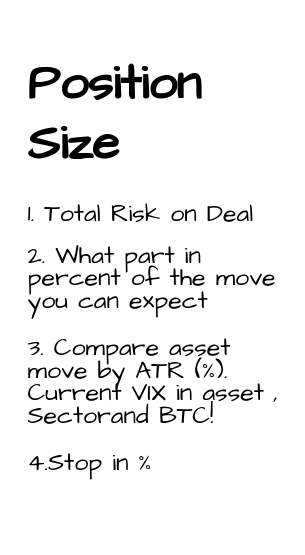
This is page "Pos Size" (6 of 9) of structure.drawio from Kupavtsev/markets_data_handler, a draw.io file, before an edit. Source tidied: cells renumbered, new cells numbered last; positions are measured from the earlier drawing's top-left corner, leaving out a move shared by most shapes. Both pictures are drawn from the tidied source at 125%, with x=0, y=0 at pixel (21, 34).
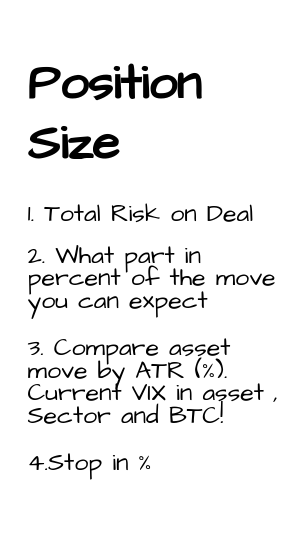
The same diagram, later.

What changed in the source:
```diff
@@
 <mxGraphModel>
   <root>
     <mxCell id="0" />
     <mxCell id="1" parent="0" />
-    <mxCell id="2" value="&lt;h1&gt;Position Size&lt;/h1&gt;&lt;p style=&quot;line-height: 40%;&quot;&gt;1. Total Risk on Deal&lt;/p&gt;&lt;p style=&quot;line-height: 90%;&quot;&gt;2. What part in percent of the move you can expect&lt;/p&gt;&lt;p style=&quot;line-height: 90%;&quot;&gt;3. Compare asset move by ATR (%). Current VIX in asset , Sectorand BTC!&lt;/p&gt;&lt;p style=&quot;line-height: 90%;&quot;&gt;4.Stop in %&lt;/p&gt;" style="text;html=1;strokeColor=none;fillColor=none;spacing=5;spacingTop=-20;whiteSpace=wrap;overflow=hidden;rounded=0;fontSize=20;fontFamily=Architects Daughter;" parent="1" vertex="1">
+    <mxCell id="2" value="&lt;h1&gt;Position Size&lt;/h1&gt;&lt;p style=&quot;line-height: 40%;&quot;&gt;1. Total Risk on Deal&lt;/p&gt;&lt;p style=&quot;line-height: 90%;&quot;&gt;2. What part in percent of the move you can expect&lt;/p&gt;&lt;p style=&quot;line-height: 90%;&quot;&gt;3. Compare asset move by ATR (%). Current VIX in asset , Sector and BTC!&lt;/p&gt;&lt;p style=&quot;line-height: 90%;&quot;&gt;4.Stop in %&lt;/p&gt;" style="text;html=1;strokeColor=none;fillColor=none;spacing=5;spacingTop=-20;whiteSpace=wrap;overflow=hidden;rounded=0;fontSize=20;fontFamily=Architects Daughter;" parent="1" vertex="1">
       <mxGeometry width="210" height="400" as="geometry" />
     </mxCell>
   </root>
 </mxGraphModel>
```
